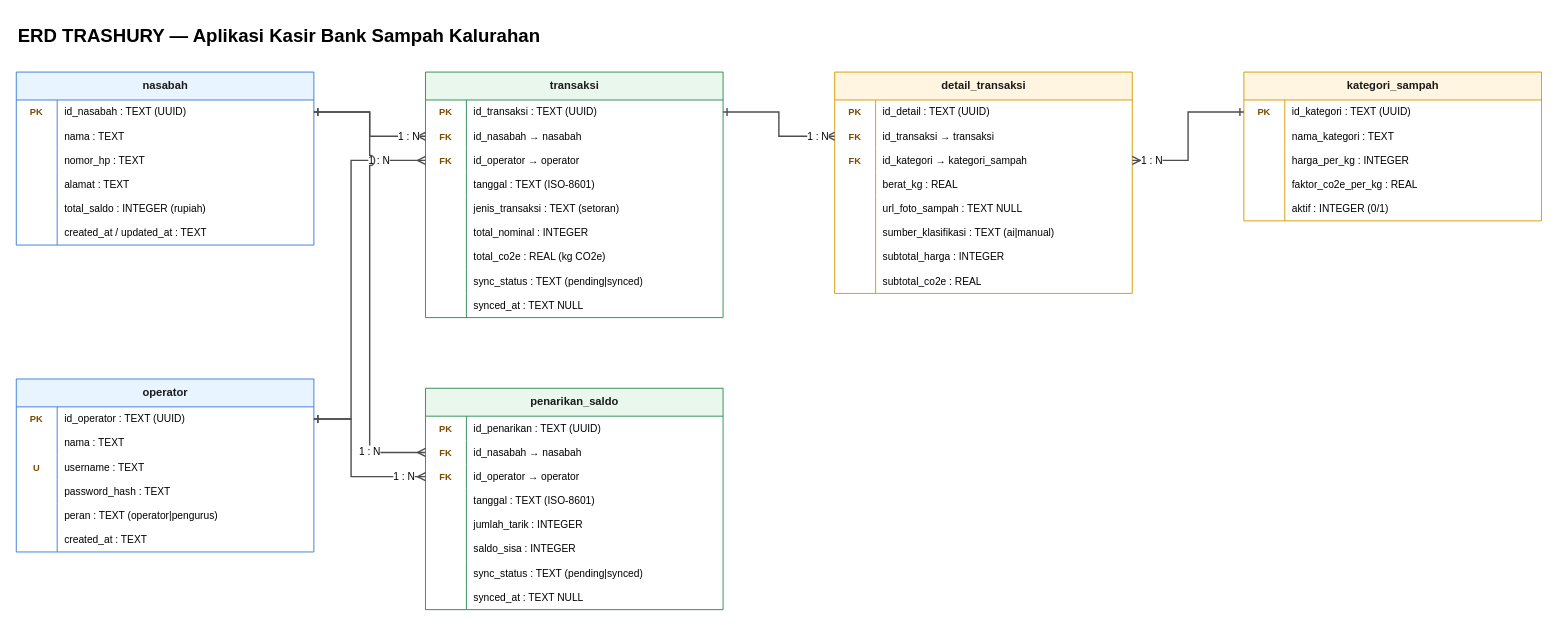
Earlier version of the draw.io diagram docs/design/erd-trashury.drawio (AfiqMir/TRASHURY). Source tidied: cells renumbered, new cells numbered last; positions are measured from the earlier drawing's top-left corner, leaving out a move shared by most shapes. Both pictures are drawn from the tidied source at 93%, with x=0, y=0 at pixel (16, 16).
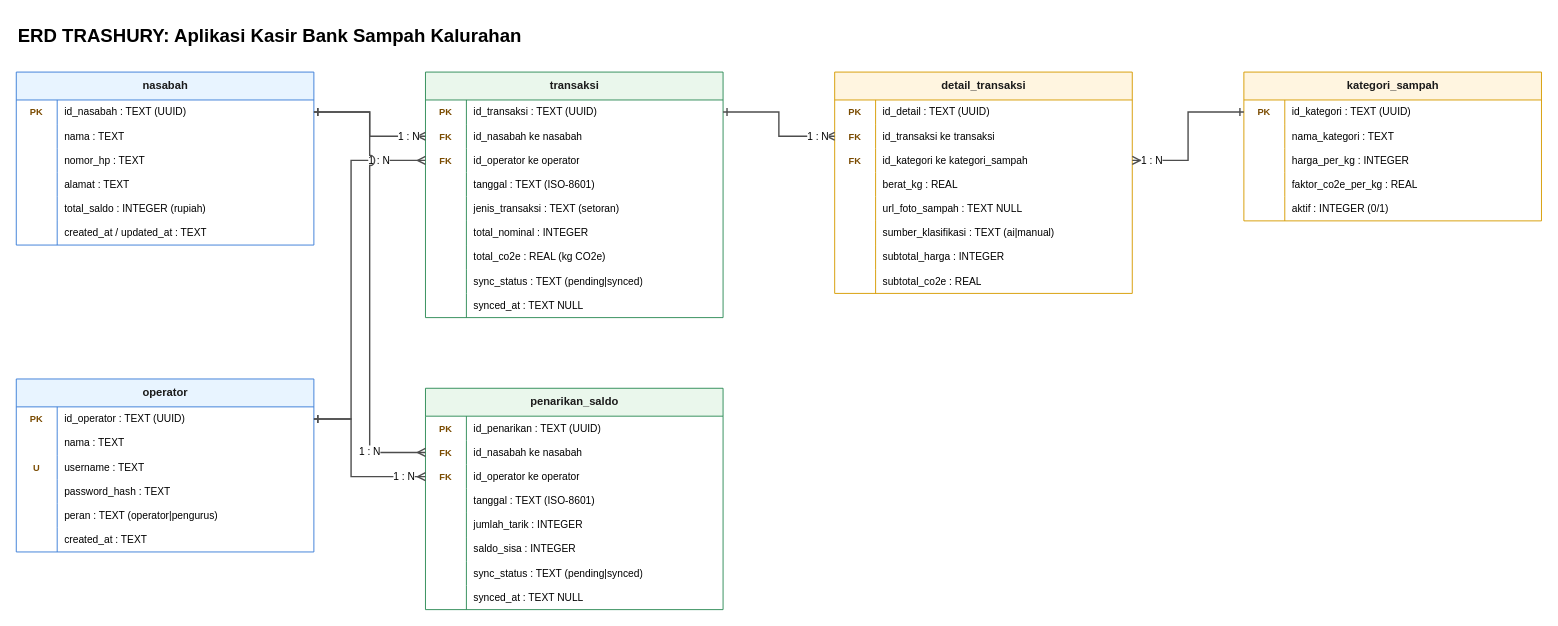
The same diagram, later.

Unchanged cells that the change refers to:
```xml
<mxCell id="45" style="shape=tableRow;horizontal=0;startSize=0;swimlaneHead=0;swimlaneBody=0;fillColor=none;points=[[0,0.5],[1,0.5]];portConstraint=eastwest;top=0;left=0;right=0;bottom=0;html=1;" parent="41" vertex="1">
  <mxGeometry y="56" width="320" height="26" as="geometry" />
</mxCell>
<mxCell id="48" style="shape=tableRow;horizontal=0;startSize=0;swimlaneHead=0;swimlaneBody=0;fillColor=none;points=[[0,0.5],[1,0.5]];portConstraint=eastwest;top=0;left=0;right=0;bottom=0;html=1;" parent="41" vertex="1">
  <mxGeometry y="82" width="320" height="26" as="geometry" />
</mxCell>
<mxCell id="73" style="shape=tableRow;horizontal=0;startSize=0;swimlaneHead=0;swimlaneBody=0;fillColor=none;points=[[0,0.5],[1,0.5]];portConstraint=eastwest;top=0;left=0;right=0;bottom=0;html=1;" parent="69" vertex="1">
  <mxGeometry y="56" width="320" height="26" as="geometry" />
</mxCell>
<mxCell id="76" style="shape=tableRow;horizontal=0;startSize=0;swimlaneHead=0;swimlaneBody=0;fillColor=none;points=[[0,0.5],[1,0.5]];portConstraint=eastwest;top=0;left=0;right=0;bottom=0;html=1;" parent="69" vertex="1">
  <mxGeometry y="82" width="320" height="26" as="geometry" />
</mxCell>
<mxCell id="98" style="shape=tableRow;horizontal=0;startSize=0;swimlaneHead=0;swimlaneBody=0;fillColor=none;points=[[0,0.5],[1,0.5]];portConstraint=eastwest;top=0;left=0;right=0;bottom=0;html=1;" parent="94" vertex="1">
  <mxGeometry y="56" width="320" height="26" as="geometry" />
</mxCell>
<mxCell id="101" style="shape=tableRow;horizontal=0;startSize=0;swimlaneHead=0;swimlaneBody=0;fillColor=none;points=[[0,0.5],[1,0.5]];portConstraint=eastwest;top=0;left=0;right=0;bottom=0;html=1;" parent="94" vertex="1">
  <mxGeometry y="82" width="320" height="26" as="geometry" />
</mxCell>
```

What changed in the source:
```diff
@@
-    <mxCell id="2" value="ERD TRASHURY — Aplikasi Kasir Bank Sampah Kalurahan" style="text;html=1;fontSize=20;fontStyle=1;align=left;verticalAlign=middle;strokeColor=none;fillColor=none;" parent="1" vertex="1">
+    <mxCell id="2" value="ERD TRASHURY: Aplikasi Kasir Bank Sampah Kalurahan" style="text;html=1;fontSize=20;fontStyle=1;align=left;verticalAlign=middle;strokeColor=none;fillColor=none;" parent="1" vertex="1">
       <mxGeometry width="900" height="40" as="geometry" />
     </mxCell>
@@
-    <mxCell id="47" value="id_nasabah → nasabah" style="shape=partialRectangle;fillColor=none;top=0;left=0;bottom=0;right=0;align=left;spacingLeft=6;overflow=hidden;html=1;fontSize=11;" parent="45" vertex="1">
+    <mxCell id="47" value="id_nasabah ke nasabah" style="shape=partialRectangle;fillColor=none;top=0;left=0;bottom=0;right=0;align=left;spacingLeft=6;overflow=hidden;html=1;fontSize=11;" parent="45" vertex="1">
       <mxGeometry x="44" width="276" height="26" as="geometry" />
     </mxCell>
@@
-    <mxCell id="50" value="id_operator → operator" style="shape=partialRectangle;fillColor=none;top=0;left=0;bottom=0;right=0;align=left;spacingLeft=6;overflow=hidden;html=1;fontSize=11;" parent="48" vertex="1">
+    <mxCell id="50" value="id_operator ke operator" style="shape=partialRectangle;fillColor=none;top=0;left=0;bottom=0;right=0;align=left;spacingLeft=6;overflow=hidden;html=1;fontSize=11;" parent="48" vertex="1">
       <mxGeometry x="44" width="276" height="26" as="geometry" />
     </mxCell>
@@
-    <mxCell id="75" value="id_nasabah → nasabah" style="shape=partialRectangle;fillColor=none;top=0;left=0;bottom=0;right=0;align=left;spacingLeft=6;overflow=hidden;html=1;fontSize=11;" parent="73" vertex="1">
+    <mxCell id="75" value="id_nasabah ke nasabah" style="shape=partialRectangle;fillColor=none;top=0;left=0;bottom=0;right=0;align=left;spacingLeft=6;overflow=hidden;html=1;fontSize=11;" parent="73" vertex="1">
       <mxGeometry x="44" width="276" height="26" as="geometry" />
     </mxCell>
@@
-    <mxCell id="78" value="id_operator → operator" style="shape=partialRectangle;fillColor=none;top=0;left=0;bottom=0;right=0;align=left;spacingLeft=6;overflow=hidden;html=1;fontSize=11;" parent="76" vertex="1">
+    <mxCell id="78" value="id_operator ke operator" style="shape=partialRectangle;fillColor=none;top=0;left=0;bottom=0;right=0;align=left;spacingLeft=6;overflow=hidden;html=1;fontSize=11;" parent="76" vertex="1">
       <mxGeometry x="44" width="276" height="26" as="geometry" />
     </mxCell>
@@
-    <mxCell id="100" value="id_transaksi → transaksi" style="shape=partialRectangle;fillColor=none;top=0;left=0;bottom=0;right=0;align=left;spacingLeft=6;overflow=hidden;html=1;fontSize=11;" parent="98" vertex="1">
+    <mxCell id="100" value="id_transaksi ke transaksi" style="shape=partialRectangle;fillColor=none;top=0;left=0;bottom=0;right=0;align=left;spacingLeft=6;overflow=hidden;html=1;fontSize=11;" parent="98" vertex="1">
       <mxGeometry x="44" width="276" height="26" as="geometry" />
     </mxCell>
@@
-    <mxCell id="103" value="id_kategori → kategori_sampah" style="shape=partialRectangle;fillColor=none;top=0;left=0;bottom=0;right=0;align=left;spacingLeft=6;overflow=hidden;html=1;fontSize=11;" parent="101" vertex="1">
+    <mxCell id="103" value="id_kategori ke kategori_sampah" style="shape=partialRectangle;fillColor=none;top=0;left=0;bottom=0;right=0;align=left;spacingLeft=6;overflow=hidden;html=1;fontSize=11;" parent="101" vertex="1">
       <mxGeometry x="44" width="276" height="26" as="geometry" />
     </mxCell>
```
